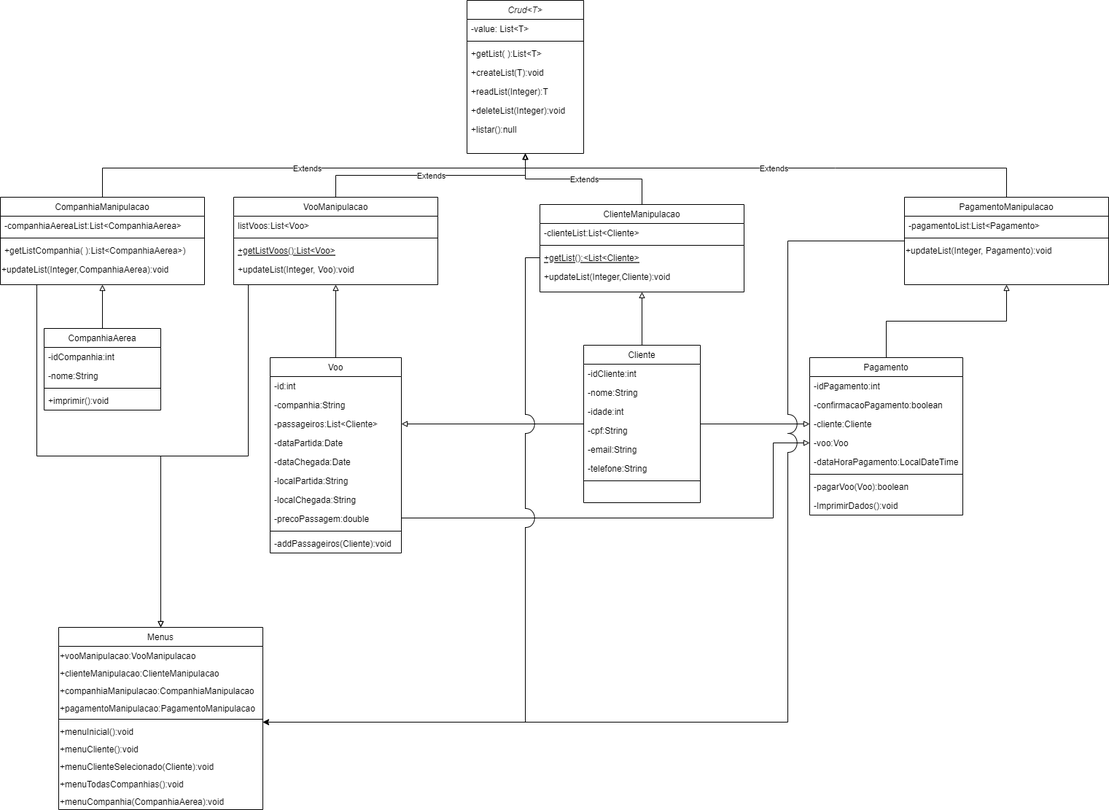
Before: Diagrama Classes Final.drawio.png, a diagram exported from draw.io (Alison8547/vemser-trabalho-final). Source tidied: cells renumbered, new cells last; positions are measured from the earlier drawing's top-left corner, leaving out a move shared by most shapes.
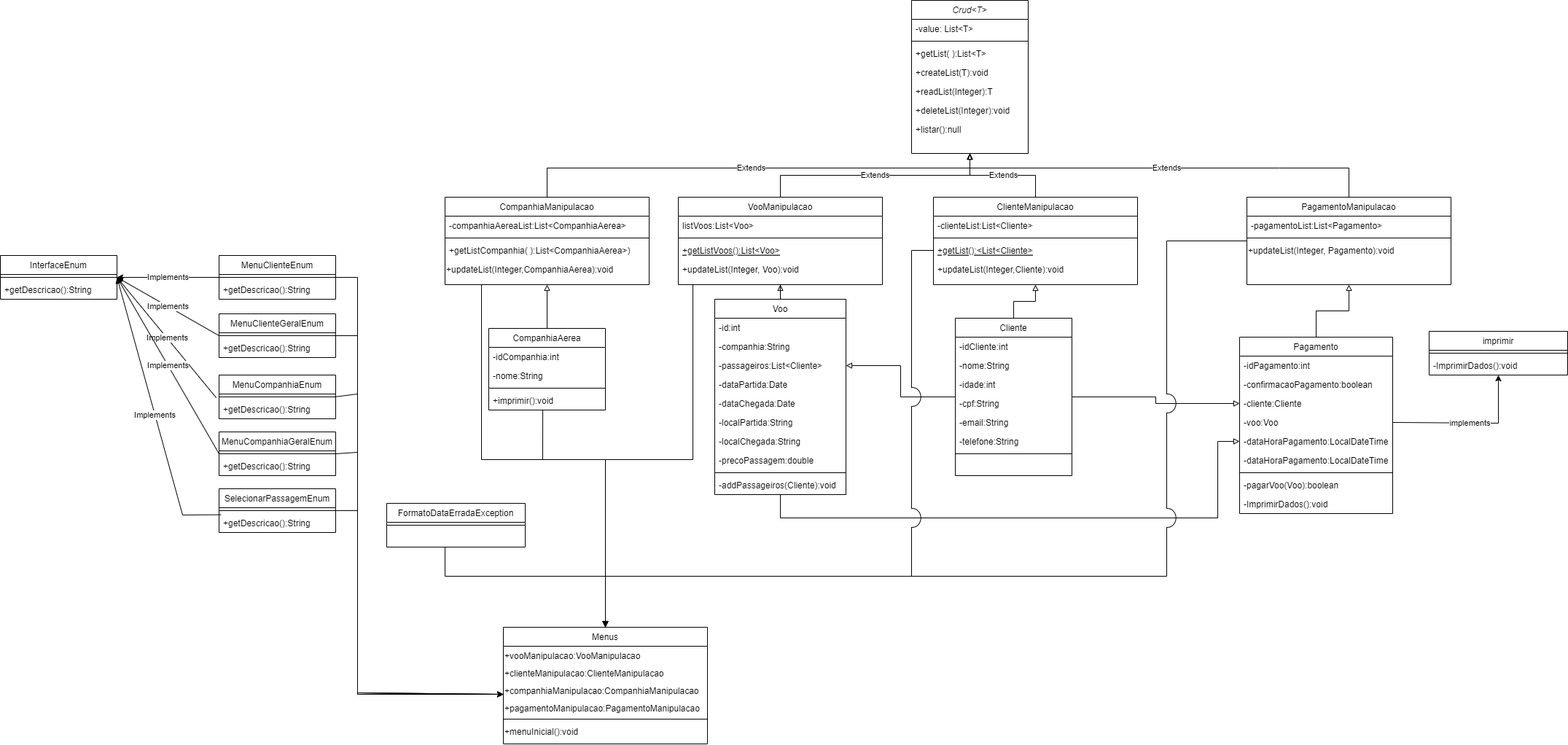
The same file after the commit.

Commit message:
refactor: ajuste no diagrama de classe

Change to the diagram source:
```diff
@@ -31,4 +31,4 @@
         <Array as="points">
-          <mxPoint x="340" y="625" />
-          <mxPoint x="220" y="625" />
+          <mxPoint x="340" y="630" />
+          <mxPoint x="220" y="630" />
         </Array>
@@ -54,4 +54,4 @@
         <Array as="points">
-          <mxPoint x="50" y="625" />
-          <mxPoint x="220" y="625" />
+          <mxPoint x="50" y="630" />
+          <mxPoint x="220" y="630" />
         </Array>
@@ -93,3 +93,3 @@
     <mxCell id="28" value="ClienteManipulacao" style="swimlane;fontStyle=0;align=center;verticalAlign=top;horizontal=1;startSize=26;rounded=0;shadow=0;strokeWidth=1;" parent="1" vertex="1">
-      <mxGeometry x="740" y="280" width="280" height="120" as="geometry" />
+      <mxGeometry x="670" y="270" width="280" height="120" as="geometry" />
     </mxCell>
@@ -108,3 +108,3 @@
     <mxCell id="33" value="PagamentoManipulacao" style="swimlane;fontStyle=0;align=center;verticalAlign=top;horizontal=1;startSize=26;rounded=0;shadow=0;strokeWidth=1;" parent="1" vertex="1">
-      <mxGeometry x="1240" y="270" width="280" height="120" as="geometry" />
+      <mxGeometry x="1100" y="270" width="280" height="120" as="geometry" />
     </mxCell>
@@ -154,3 +154,3 @@
         <Array as="points">
-          <mxPoint x="1380" y="230" />
+          <mxPoint x="1240" y="230" />
           <mxPoint x="1145" y="230" />
@@ -173,3 +173,3 @@
     <mxCell id="48" value="Cliente" style="swimlane;fontStyle=0;align=center;verticalAlign=top;horizontal=1;startSize=26;rounded=0;shadow=0;strokeWidth=1;" parent="1" vertex="1">
-      <mxGeometry x="800" y="473" width="160" height="216" as="geometry" />
+      <mxGeometry x="700" y="436" width="160" height="216" as="geometry" />
     </mxCell>
@@ -199,7 +199,8 @@
     </mxCell>
-    <mxCell id="57" style="edgeStyle=orthogonalEdgeStyle;rounded=0;jettySize=auto;html=1;entryX=0;entryY=0.5;entryDx=0;entryDy=0;endArrow=block;endFill=0;" parent="1" edge="1" source="58" target="74">
+    <mxCell id="57" style="edgeStyle=orthogonalEdgeStyle;rounded=0;jettySize=auto;html=1;entryX=0;entryY=0.5;entryDx=0;entryDy=0;endArrow=block;endFill=0;" parent="1" edge="1" source="58" target="92">
       <mxGeometry relative="1" as="geometry">
         <Array as="points">
+          <mxPoint x="460" y="710" />
           <mxPoint x="1060" y="710" />
-          <mxPoint x="1060" y="607" />
+          <mxPoint x="1060" y="605" />
         </Array>
@@ -208,3 +209,3 @@
     <mxCell id="58" value="Voo" style="swimlane;fontStyle=0;align=center;verticalAlign=top;horizontal=1;startSize=26;rounded=0;shadow=0;strokeWidth=1;" parent="1" vertex="1">
-      <mxGeometry x="370" y="490" width="180" height="268" as="geometry" />
+      <mxGeometry x="370" y="410" width="180" height="268" as="geometry" />
     </mxCell>
@@ -244,3 +245,3 @@
     <mxCell id="70" value="Pagamento" style="swimlane;fontStyle=0;align=center;verticalAlign=top;horizontal=1;startSize=26;rounded=0;shadow=0;strokeWidth=1;" parent="1" vertex="1">
-      <mxGeometry x="1110" y="490" width="210" height="216" as="geometry" />
+      <mxGeometry x="1090" y="462" width="210" height="242" as="geometry" />
     </mxCell>
@@ -258,16 +259,19 @@
     </mxCell>
+    <mxCell id="92" value="-dataHoraPagamento:LocalDateTime" style="text;align=left;verticalAlign=top;spacingLeft=4;spacingRight=4;overflow=hidden;points=[[0,0.5],[1,0.5]];portConstraint=eastwest;rounded=0;shadow=0;html=0;" parent="70" vertex="1">
+      <mxGeometry y="130" width="210" height="26" as="geometry" />
+    </mxCell>
     <mxCell id="75" value="-dataHoraPagamento:LocalDateTime" style="text;align=left;verticalAlign=top;spacingLeft=4;spacingRight=4;overflow=hidden;rounded=0;shadow=0;html=0;" parent="70" vertex="1">
-      <mxGeometry y="130" width="210" height="26" as="geometry" />
+      <mxGeometry y="156" width="210" height="26" as="geometry" />
     </mxCell>
     <mxCell id="76" style="line;html=1;strokeWidth=1;align=left;verticalAlign=middle;spacingTop=-1;spacingLeft=3;spacingRight=3;labelPosition=right;" parent="70" vertex="1">
-      <mxGeometry y="156" width="210" height="8" as="geometry" />
+      <mxGeometry y="182" width="210" height="8" as="geometry" />
     </mxCell>
     <mxCell id="77" value="-pagarVoo(Voo):boolean" style="text;align=left;verticalAlign=top;spacingLeft=4;spacingRight=4;overflow=hidden;rounded=0;shadow=0;html=0;" parent="70" vertex="1">
-      <mxGeometry y="164" width="210" height="26" as="geometry" />
+      <mxGeometry y="190" width="210" height="26" as="geometry" />
     </mxCell>
     <mxCell id="78" value="-ImprimirDados():void" style="text;align=left;verticalAlign=top;spacingLeft=4;spacingRight=4;overflow=hidden;rounded=0;shadow=0;html=0;" parent="70" vertex="1">
-      <mxGeometry y="190" width="210" height="26" as="geometry" />
+      <mxGeometry y="216" width="210" height="26" as="geometry" />
     </mxCell>
     <mxCell id="79" value="Menus" style="swimlane;fontStyle=0;align=center;verticalAlign=top;horizontal=1;startSize=26;rounded=0;shadow=0;strokeWidth=1;" parent="1" vertex="1">
-      <mxGeometry x="80" y="860" width="280" height="250" as="geometry" />
+      <mxGeometry x="80" y="860" width="280" height="160" as="geometry" />
     </mxCell>
@@ -291,19 +295,8 @@
     </mxCell>
-    <mxCell id="86" value="+menuCliente():void" style="text;whiteSpace=wrap;html=1;" parent="79" vertex="1">
-      <mxGeometry y="154" width="280" height="24" as="geometry" />
-    </mxCell>
-    <mxCell id="87" value="+menuClienteSelecionado(Cliente):void" style="text;whiteSpace=wrap;html=1;" parent="79" vertex="1">
-      <mxGeometry y="178" width="280" height="24" as="geometry" />
-    </mxCell>
-    <mxCell id="88" value="+menuTodasCompanhias():void" style="text;whiteSpace=wrap;html=1;" parent="79" vertex="1">
-      <mxGeometry y="202" width="280" height="24" as="geometry" />
-    </mxCell>
-    <mxCell id="89" value="+menuCompanhia(CompanhiaAerea):void" style="text;whiteSpace=wrap;html=1;" parent="79" vertex="1">
-      <mxGeometry y="226" width="280" height="24" as="geometry" />
-    </mxCell>
-    <mxCell id="90" style="endArrow=classic;html=1;rounded=0;jumpStyle=arc;jumpSize=26;entryX=1;entryY=0;entryDx=0;entryDy=0;exitX=0;exitY=0.5;exitDx=0;exitDy=0;" parent="1" edge="1" source="31" target="85">
+    <mxCell id="90" style="endArrow=classic;html=1;rounded=0;jumpStyle=arc;jumpSize=26;entryX=0.5;entryY=0;entryDx=0;entryDy=0;exitX=0;exitY=0.5;exitDx=0;exitDy=0;" parent="1" edge="1" source="31" target="79">
       <mxGeometry relative="1" as="geometry">
         <Array as="points">
-          <mxPoint x="720" y="353" />
-          <mxPoint x="720" y="990" />
+          <mxPoint x="640" y="343" />
+          <mxPoint x="640" y="790" />
+          <mxPoint x="220" y="790" />
         </Array>
@@ -311,7 +304,8 @@
     </mxCell>
-    <mxCell id="91" style="endArrow=classic;html=1;rounded=0;jumpStyle=arc;jumpSize=26;entryX=1;entryY=0;entryDx=0;entryDy=0;exitX=0;exitY=0;exitDx=0;exitDy=0;" parent="1" edge="1" source="36" target="85">
+    <mxCell id="91" style="endArrow=classic;html=1;rounded=0;jumpStyle=arc;jumpSize=26;entryX=0.5;entryY=0;entryDx=0;entryDy=0;exitX=0;exitY=0;exitDx=0;exitDy=0;" parent="1" edge="1" source="36" target="79">
       <mxGeometry relative="1" as="geometry">
         <Array as="points">
-          <mxPoint x="1080" y="330" />
-          <mxPoint x="1080" y="990" />
+          <mxPoint x="990" y="330" />
+          <mxPoint x="990" y="790" />
+          <mxPoint x="220" y="790" />
         </Array>
@@ -319,2 +313,173 @@
     </mxCell>
+    <mxCell id="93" value="InterfaceEnum" style="swimlane;fontStyle=0;align=center;verticalAlign=top;horizontal=1;startSize=26;rounded=0;shadow=0;strokeWidth=1;" parent="1" vertex="1">
+      <mxGeometry x="-610" y="350" width="160" height="60" as="geometry" />
+    </mxCell>
+    <mxCell id="94" style="line;html=1;strokeWidth=1;align=left;verticalAlign=middle;spacingTop=-1;spacingLeft=3;spacingRight=3;labelPosition=right;" parent="93" vertex="1">
+      <mxGeometry y="26" width="160" height="8" as="geometry" />
+    </mxCell>
+    <mxCell id="95" value="+getDescricao():String" style="text;align=left;verticalAlign=top;spacingLeft=4;spacingRight=4;overflow=hidden;" parent="93" vertex="1">
+      <mxGeometry y="34" width="160" height="26" as="geometry" />
+    </mxCell>
+    <mxCell id="96" value="MenuClienteEnum" style="swimlane;fontStyle=0;align=center;verticalAlign=top;horizontal=1;startSize=26;rounded=0;shadow=0;strokeWidth=1;" parent="1" vertex="1">
+      <mxGeometry x="-310" y="350" width="160" height="60" as="geometry" />
+    </mxCell>
+    <mxCell id="97" style="line;html=1;strokeWidth=1;align=left;verticalAlign=middle;spacingTop=-1;spacingLeft=3;spacingRight=3;labelPosition=right;" parent="96" vertex="1">
+      <mxGeometry y="26" width="160" height="8" as="geometry" />
+    </mxCell>
+    <mxCell id="98" value="+getDescricao():String" style="text;align=left;verticalAlign=top;spacingLeft=4;spacingRight=4;overflow=hidden;" parent="96" vertex="1">
+      <mxGeometry y="34" width="160" height="26" as="geometry" />
+    </mxCell>
+    <mxCell id="99" value="MenuClienteGeralEnum" style="swimlane;fontStyle=0;align=center;verticalAlign=top;horizontal=1;startSize=26;rounded=0;shadow=0;strokeWidth=1;" parent="1" vertex="1">
+      <mxGeometry x="-310" y="430" width="160" height="60" as="geometry" />
+    </mxCell>
+    <mxCell id="100" style="line;html=1;strokeWidth=1;align=left;verticalAlign=middle;spacingTop=-1;spacingLeft=3;spacingRight=3;labelPosition=right;" parent="99" vertex="1">
+      <mxGeometry y="26" width="160" height="8" as="geometry" />
+    </mxCell>
+    <mxCell id="101" value="+getDescricao():String" style="text;align=left;verticalAlign=top;spacingLeft=4;spacingRight=4;overflow=hidden;" parent="99" vertex="1">
+      <mxGeometry y="34" width="160" height="26" as="geometry" />
+    </mxCell>
+    <mxCell id="102" value="MenuCompanhiaEnum" style="swimlane;fontStyle=0;align=center;verticalAlign=top;horizontal=1;startSize=26;rounded=0;shadow=0;strokeWidth=1;" parent="1" vertex="1">
+      <mxGeometry x="-310" y="514" width="160" height="60" as="geometry" />
+    </mxCell>
+    <mxCell id="103" style="line;html=1;strokeWidth=1;align=left;verticalAlign=middle;spacingTop=-1;spacingLeft=3;spacingRight=3;labelPosition=right;points=[];portConstraint=eastwest;" parent="102" vertex="1">
+      <mxGeometry y="26" width="160" height="8" as="geometry" />
+    </mxCell>
+    <mxCell id="104" value="+getDescricao():String" style="text;align=left;verticalAlign=top;spacingLeft=4;spacingRight=4;overflow=hidden;points=[[0,0.5],[1,0.5]];portConstraint=eastwest;" parent="102" vertex="1">
+      <mxGeometry y="34" width="160" height="26" as="geometry" />
+    </mxCell>
+    <mxCell id="105" value="MenuCompanhiaGeralEnum" style="swimlane;fontStyle=0;align=center;verticalAlign=top;horizontal=1;startSize=26;rounded=0;shadow=0;strokeWidth=1;" parent="1" vertex="1">
+      <mxGeometry x="-310" y="592" width="160" height="60" as="geometry" />
+    </mxCell>
+    <mxCell id="106" style="line;html=1;strokeWidth=1;align=left;verticalAlign=middle;spacingTop=-1;spacingLeft=3;spacingRight=3;labelPosition=right;" parent="105" vertex="1">
+      <mxGeometry y="26" width="160" height="8" as="geometry" />
+    </mxCell>
+    <mxCell id="107" value="+getDescricao():String" style="text;align=left;verticalAlign=top;spacingLeft=4;spacingRight=4;overflow=hidden;" parent="105" vertex="1">
+      <mxGeometry y="34" width="160" height="26" as="geometry" />
+    </mxCell>
+    <mxCell id="108" value="SelecionarPassagemEnum" style="swimlane;fontStyle=0;align=center;verticalAlign=top;horizontal=1;startSize=26;rounded=0;shadow=0;strokeWidth=1;" parent="1" vertex="1">
+      <mxGeometry x="-310" y="670" width="160" height="60" as="geometry" />
+    </mxCell>
+    <mxCell id="109" style="line;html=1;strokeWidth=1;align=left;verticalAlign=middle;spacingTop=-1;spacingLeft=3;spacingRight=3;labelPosition=right;" parent="108" vertex="1">
+      <mxGeometry y="26" width="160" height="8" as="geometry" />
+    </mxCell>
+    <mxCell id="110" value="+getDescricao():String" style="text;align=left;verticalAlign=top;spacingLeft=4;spacingRight=4;overflow=hidden;points=[[0,0.5],[1,0.5]];portConstraint=eastwest;" parent="108" vertex="1">
+      <mxGeometry y="34" width="160" height="26" as="geometry" />
+    </mxCell>
+    <mxCell id="111" style="endArrow=classic;html=1;rounded=0;entryX=1;entryY=0.5;entryDx=0;entryDy=0;exitX=0;exitY=0.5;exitDx=0;exitDy=0;" parent="1" edge="1" source="96" target="93">
+      <mxGeometry relative="1" as="geometry" />
+    </mxCell>
+    <mxCell id="112" value="Implements" style="edgeLabel;html=1;align=center;verticalAlign=middle;" parent="111" vertex="1">
+      <mxGeometry relative="1" as="geometry" />
+    </mxCell>
+    <mxCell id="113" style="endArrow=classic;html=1;rounded=0;entryX=1;entryY=0.5;entryDx=0;entryDy=0;exitX=-0.024;exitY=-0.11;exitDx=0;exitDy=0;exitPerimeter=0;" parent="1" edge="1" source="104" target="93">
+      <mxGeometry relative="1" as="geometry" />
+    </mxCell>
+    <mxCell id="114" value="Implements" style="edgeLabel;html=1;align=center;verticalAlign=middle;" parent="113" vertex="1">
+      <mxGeometry relative="1" as="geometry" />
+    </mxCell>
+    <mxCell id="115" style="endArrow=classic;html=1;rounded=0;entryX=1;entryY=0.5;entryDx=0;entryDy=0;exitX=0;exitY=0.5;exitDx=0;exitDy=0;" parent="1" edge="1" source="99" target="93">
+      <mxGeometry relative="1" as="geometry" />
+    </mxCell>
+    <mxCell id="116" value="Implements" style="edgeLabel;html=1;align=center;verticalAlign=middle;" parent="115" vertex="1">
+      <mxGeometry relative="1" as="geometry" />
+    </mxCell>
+    <mxCell id="117" style="endArrow=classic;html=1;rounded=0;exitX=0.017;exitY=0.061;exitDx=0;exitDy=0;exitPerimeter=0;entryX=1;entryY=0.5;entryDx=0;entryDy=0;" parent="1" edge="1" source="110" target="93">
+      <mxGeometry relative="1" as="geometry">
+        <Array as="points">
+          <mxPoint x="-360" y="706" />
+        </Array>
+      </mxGeometry>
+    </mxCell>
+    <mxCell id="118" value="Implements" style="edgeLabel;html=1;align=center;verticalAlign=middle;" parent="117" vertex="1">
+      <mxGeometry relative="1" as="geometry" />
+    </mxCell>
+    <mxCell id="119" style="endArrow=classic;html=1;rounded=0;entryX=1;entryY=0.5;entryDx=0;entryDy=0;exitX=0;exitY=0.5;exitDx=0;exitDy=0;" parent="1" edge="1" source="105" target="93">
+      <mxGeometry relative="1" as="geometry" />
+    </mxCell>
+    <mxCell id="120" value="Implements" style="edgeLabel;html=1;align=center;verticalAlign=middle;" parent="119" vertex="1">
+      <mxGeometry relative="1" as="geometry" />
+    </mxCell>
+    <mxCell id="121" style="endArrow=classic;html=1;rounded=0;exitX=1;exitY=0.5;exitDx=0;exitDy=0;entryX=0;entryY=0.75;entryDx=0;entryDy=0;" parent="1" edge="1" source="108" target="82">
+      <mxGeometry relative="1" as="geometry">
+        <Array as="points">
+          <mxPoint x="-120" y="700" />
+          <mxPoint x="-120" y="950" />
+        </Array>
+      </mxGeometry>
+    </mxCell>
+    <mxCell id="122" style="endArrow=classic;html=1;rounded=0;exitX=1;exitY=0.5;exitDx=0;exitDy=0;entryX=0;entryY=0.75;entryDx=0;entryDy=0;" parent="1" edge="1" source="105" target="82">
+      <mxGeometry relative="1" as="geometry">
+        <Array as="points">
+          <mxPoint x="-120" y="620" />
+          <mxPoint x="-120" y="950" />
+        </Array>
+      </mxGeometry>
+    </mxCell>
+    <mxCell id="123" style="endArrow=classic;html=1;rounded=0;exitX=0.996;exitY=0.482;exitDx=0;exitDy=0;exitPerimeter=0;entryX=0;entryY=0.75;entryDx=0;entryDy=0;" parent="1" edge="1" source="103" target="82">
+      <mxGeometry relative="1" as="geometry">
+        <Array as="points">
+          <mxPoint x="-120" y="540" />
+          <mxPoint x="-120" y="952" />
+        </Array>
+      </mxGeometry>
+    </mxCell>
+    <mxCell id="124" style="endArrow=classic;html=1;rounded=0;exitX=1;exitY=0.5;exitDx=0;exitDy=0;entryX=0;entryY=0.75;entryDx=0;entryDy=0;" parent="1" edge="1" source="99" target="82">
+      <mxGeometry relative="1" as="geometry">
+        <Array as="points">
+          <mxPoint x="-120" y="460" />
+          <mxPoint x="-120" y="952" />
+        </Array>
+      </mxGeometry>
+    </mxCell>
+    <mxCell id="125" style="endArrow=classic;html=1;rounded=0;exitX=1;exitY=0.5;exitDx=0;exitDy=0;entryX=0;entryY=0.75;entryDx=0;entryDy=0;" parent="1" edge="1" source="96" target="82">
+      <mxGeometry relative="1" as="geometry">
+        <Array as="points">
+          <mxPoint x="-120" y="380" />
+          <mxPoint x="-120" y="950" />
+        </Array>
+      </mxGeometry>
+    </mxCell>
+    <mxCell id="126" style="endArrow=classic;html=1;rounded=0;exitX=0.463;exitY=1.02;exitDx=0;exitDy=0;exitPerimeter=0;entryX=0.5;entryY=0;entryDx=0;entryDy=0;" parent="1" edge="1" source="27" target="79">
+      <mxGeometry relative="1" as="geometry">
+        <Array as="points">
+          <mxPoint x="134" y="630" />
+          <mxPoint x="220" y="630" />
+        </Array>
+      </mxGeometry>
+    </mxCell>
+    <mxCell id="127" value="FormatoDataErradaException" style="swimlane;fontStyle=0;align=center;verticalAlign=top;horizontal=1;startSize=26;rounded=0;shadow=0;strokeWidth=1;" parent="1" vertex="1">
+      <mxGeometry x="-80" y="690" width="190" height="60" as="geometry" />
+    </mxCell>
+    <mxCell id="128" style="line;html=1;strokeWidth=1;align=left;verticalAlign=middle;spacingTop=-1;spacingLeft=3;spacingRight=3;labelPosition=right;" parent="127" vertex="1">
+      <mxGeometry y="26" width="190" height="8" as="geometry" />
+    </mxCell>
+    <mxCell id="129" value="imprimir" style="swimlane;fontStyle=0;align=center;verticalAlign=top;horizontal=1;startSize=26;rounded=0;shadow=0;strokeWidth=1;" parent="1" vertex="1">
+      <mxGeometry x="1350" y="454" width="190" height="60" as="geometry" />
+    </mxCell>
+    <mxCell id="130" style="line;html=1;strokeWidth=1;align=left;verticalAlign=middle;spacingTop=-1;spacingLeft=3;spacingRight=3;labelPosition=right;" parent="129" vertex="1">
+      <mxGeometry y="26" width="190" height="8" as="geometry" />
+    </mxCell>
+    <mxCell id="131" value="-ImprimirDados():void" style="text;align=left;verticalAlign=top;spacingLeft=4;spacingRight=4;overflow=hidden;rounded=0;shadow=0;html=0;" parent="129" vertex="1">
+      <mxGeometry y="34" width="190" height="26" as="geometry" />
+    </mxCell>
+    <mxCell id="132" style="endArrow=classic;html=1;rounded=0;exitX=1;exitY=0.5;exitDx=0;exitDy=0;entryX=0.5;entryY=1;entryDx=0;entryDy=0;" parent="1" edge="1" source="74" target="129">
+      <mxGeometry relative="1" as="geometry">
+        <Array as="points">
+          <mxPoint x="1445" y="580" />
+        </Array>
+      </mxGeometry>
+    </mxCell>
+    <mxCell id="133" value="implements" style="edgeLabel;html=1;align=center;verticalAlign=middle;" parent="132" vertex="1">
+      <mxGeometry relative="1" as="geometry" />
+    </mxCell>
+    <mxCell id="134" style="endArrow=classic;html=1;rounded=0;" parent="1" edge="1">
+      <mxGeometry relative="1" as="geometry">
+        <mxPoint y="750" as="sourcePoint" />
+        <mxPoint x="220" y="860" as="targetPoint" />
+        <Array as="points">
+          <mxPoint y="790" />
+          <mxPoint x="220" y="790" />
+        </Array>
+      </mxGeometry>
+    </mxCell>
   </root>
```
